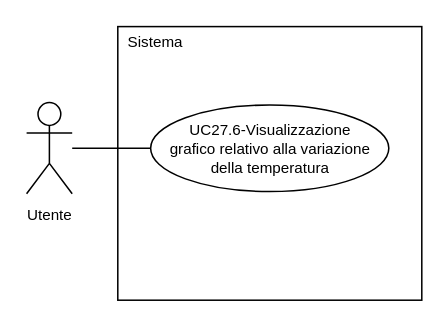
Earlier version of the draw.io diagram 2-RTB/Analisi_dei_requisiti/draw.io/UC27.6.drawio (SnakeByteTeam/snakebyteteam.github.io). Source tidied: cells renumbered, new cells numbered last; positions are measured from the earlier drawing's top-left corner, leaving out a move shared by most shapes. Both pictures are drawn from the tidied source at 152%, with x=0, y=0 at pixel (26, 26).
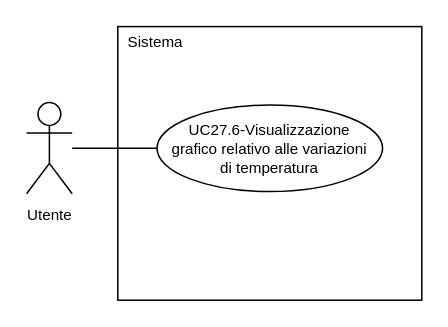
The same page after the edit.

What changed in the source:
```diff
@@
 <mxGraphModel>
   <root>
     <mxCell id="0" />
     <mxCell id="1" parent="0" />
     <mxCell id="2" value="&lt;font style=&quot;font-size: 10px; line-height: 100%;&quot;&gt;Utente&lt;/font&gt;" style="shape=umlActor;verticalLabelPosition=bottom;verticalAlign=top;html=1;outlineConnect=0;" parent="1" vertex="1">
       <mxGeometry y="50" width="30" height="60" as="geometry" />
     </mxCell>
     <mxCell id="3" style="rounded=0;whiteSpace=wrap;html=1;" parent="1" vertex="1">
       <mxGeometry x="60" width="200" height="180" as="geometry" />
     </mxCell>
     <mxCell id="4" style="edgeStyle=orthogonalEdgeStyle;rounded=0;jettySize=auto;html=1;exitX=0;exitY=0.5;exitDx=0;exitDy=0;endArrow=none;endFill=0;" parent="1" edge="1" source="5" target="2">
       <mxGeometry relative="1" as="geometry" />
     </mxCell>
-    <mxCell id="5" value="&lt;div style=&quot;line-height: 100%;&quot;&gt;&lt;font style=&quot;line-height: 100%; font-size: 10px;&quot;&gt;UC27.6-Visualizzazione&lt;br&gt;&lt;/font&gt;&lt;/div&gt;&lt;div style=&quot;line-height: 100%;&quot;&gt;&lt;span style=&quot;font-size: 10px;&quot;&gt;grafico relativo alla variazione&lt;br&gt;&lt;/span&gt;&lt;/div&gt;&lt;div style=&quot;line-height: 100%;&quot;&gt;&lt;span style=&quot;font-size: 10px;&quot;&gt;della temperatura&lt;/span&gt;&lt;/div&gt;" style="ellipse;whiteSpace=wrap;html=1;" parent="1" vertex="1">
-      <mxGeometry x="81.6" y="51.6" width="156.7" height="56.9" as="geometry" />
+    <mxCell id="5" value="&lt;div style=&quot;line-height: 100%;&quot;&gt;&lt;font style=&quot;line-height: 100%; font-size: 10px;&quot;&gt;UC27.6-Visualizzazione&lt;br&gt;&lt;/font&gt;&lt;/div&gt;&lt;div style=&quot;line-height: 100%;&quot;&gt;&lt;span style=&quot;font-size: 10px;&quot;&gt;grafico relativo alle variazioni&lt;br&gt;&lt;/span&gt;&lt;/div&gt;&lt;div style=&quot;line-height: 100%;&quot;&gt;&lt;span style=&quot;font-size: 10px;&quot;&gt;di temperatura&lt;/span&gt;&lt;/div&gt;" style="ellipse;whiteSpace=wrap;html=1;" parent="1" vertex="1">
+      <mxGeometry x="85.8" y="51.6" width="148.4" height="56.9" as="geometry" />
     </mxCell>
     <mxCell id="6" value="&lt;font style=&quot;font-size: 10px;&quot;&gt;Sistema&lt;/font&gt;" style="text;html=1;whiteSpace=wrap;strokeColor=none;fillColor=none;align=center;verticalAlign=middle;rounded=0;" parent="1" vertex="1">
       <mxGeometry x="60" width="50" height="20" as="geometry" />
     </mxCell>
   </root>
 </mxGraphModel>
```
